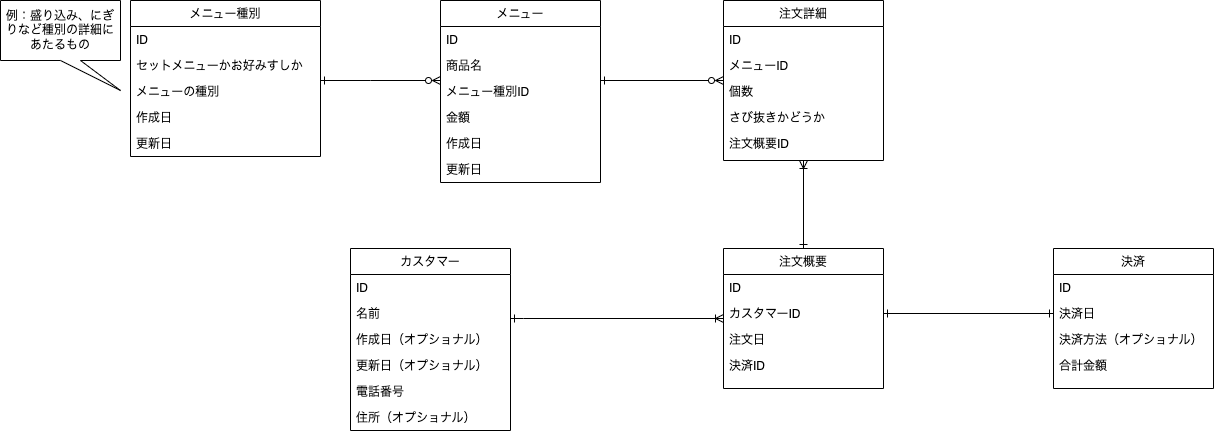
Before: db/db-modeling-1/DB1-update Diagram.drawio.png, a diagram exported from draw.io (yuikoito/PrAhaChallenge). Source tidied: cells renumbered, new cells last; positions are measured from the earlier drawing's top-left corner, leaving out a move shared by most shapes.
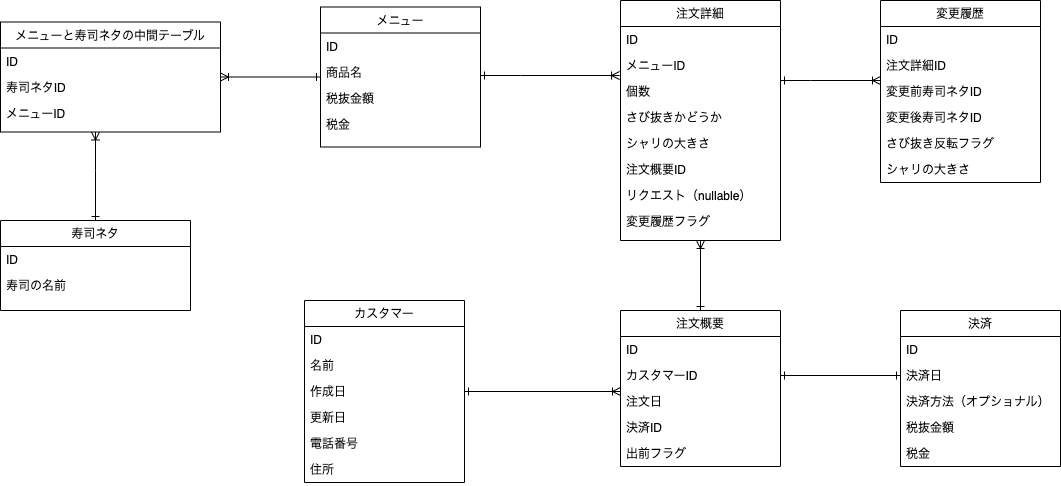
The same diagram one commit later.

Diff of the diagram source:
```diff
@@ -2,8 +2,16 @@
   <root>
     <mxCell id="0" />
     <mxCell id="1" parent="0" />
+    <mxCell id="44" style="edgeStyle=orthogonalEdgeStyle;rounded=0;jettySize=auto;html=1;entryX=-0.006;entryY=0.885;entryDx=0;entryDy=0;entryPerimeter=0;startArrow=ERone;startFill=0;endArrow=ERoneToMany;endFill=0;" parent="1" edge="1" source="2" target="21">
+      <mxGeometry relative="1" as="geometry">
+        <Array as="points">
+          <mxPoint x="640" y="75" />
+          <mxPoint x="640" y="75" />
+        </Array>
+      </mxGeometry>
+    </mxCell>
     <mxCell id="2" value="メニュー" style="swimlane;fontStyle=0;align=center;verticalAlign=top;horizontal=1;startSize=26;rounded=0;shadow=0;strokeWidth=1;" parent="1" vertex="1">
-      <mxGeometry x="440" width="160" height="182" as="geometry" />
+      <mxGeometry x="440" y="6.5" width="160" height="140" as="geometry" />
     </mxCell>
     <mxCell id="3" value="ID" style="text;align=left;verticalAlign=top;spacingLeft=4;spacingRight=4;overflow=hidden;" parent="2" vertex="1">
       <mxGeometry y="26" width="160" height="26" as="geometry" />
@@ -11,18 +19,12 @@
     <mxCell id="4" value="商品名" style="text;align=left;verticalAlign=top;spacingLeft=4;spacingRight=4;overflow=hidden;rounded=0;shadow=0;html=0;" parent="2" vertex="1">
       <mxGeometry y="52" width="160" height="26" as="geometry" />
     </mxCell>
-    <mxCell id="5" value="メニュー種別ID" style="text;align=left;verticalAlign=top;spacingLeft=4;spacingRight=4;overflow=hidden;points=[[0,0.5],[1,0.5]];portConstraint=eastwest;rounded=0;shadow=0;html=0;" parent="2" vertex="1">
-      <mxGeometry y="78" width="160" height="26" as="geometry" />
-    </mxCell>
-    <mxCell id="6" value="金額" style="text;align=left;verticalAlign=top;spacingLeft=4;spacingRight=4;overflow=hidden;rounded=0;shadow=0;html=0;" parent="2" vertex="1">
-      <mxGeometry y="104" width="160" height="26" as="geometry" />
+    <mxCell id="6" value="税抜金額" style="text;align=left;verticalAlign=top;spacingLeft=4;spacingRight=4;overflow=hidden;rounded=0;shadow=0;html=0;" parent="2" vertex="1">
+      <mxGeometry y="78" width="160" height="26" as="geometry" />
     </mxCell>
-    <mxCell id="7" value="作成日" style="text;align=left;verticalAlign=top;spacingLeft=4;spacingRight=4;overflow=hidden;rounded=0;shadow=0;html=0;" parent="2" vertex="1">
-      <mxGeometry y="130" width="160" height="26" as="geometry" />
-    </mxCell>
-    <mxCell id="8" value="更新日" style="text;align=left;verticalAlign=top;spacingLeft=4;spacingRight=4;overflow=hidden;rounded=0;shadow=0;html=0;" parent="2" vertex="1">
-      <mxGeometry y="156" width="160" height="26" as="geometry" />
-    </mxCell>
+    <mxCell id="45" value="税金" style="text;align=left;verticalAlign=top;spacingLeft=4;spacingRight=4;overflow=hidden;rounded=0;shadow=0;html=0;" parent="2" vertex="1">
+      <mxGeometry y="104" width="160" height="26" as="geometry" />
+    </mxCell>
     <mxCell id="9" style="edgeStyle=orthogonalEdgeStyle;rounded=0;jettySize=auto;html=1;startArrow=ERone;startFill=0;endArrow=ERoneToMany;endFill=0;" parent="1" edge="1" source="10" target="30">
       <mxGeometry relative="1" as="geometry">
         <Array as="points">
@@ -32,7 +34,7 @@
       </mxGeometry>
     </mxCell>
     <mxCell id="10" value="カスタマー" style="swimlane;fontStyle=0;align=center;verticalAlign=top;horizontal=1;startSize=26;rounded=0;shadow=0;strokeWidth=1;" parent="1" vertex="1">
-      <mxGeometry x="350" y="248" width="160" height="182" as="geometry" />
+      <mxGeometry x="424" y="300" width="160" height="182" as="geometry" />
     </mxCell>
     <mxCell id="11" value="ID" style="text;align=left;verticalAlign=top;spacingLeft=4;spacingRight=4;overflow=hidden;" parent="10" vertex="1">
       <mxGeometry y="26" width="160" height="26" as="geometry" />
@@ -40,26 +42,23 @@
     <mxCell id="12" value="名前" style="text;align=left;verticalAlign=top;spacingLeft=4;spacingRight=4;overflow=hidden;rounded=0;shadow=0;html=0;" parent="10" vertex="1">
       <mxGeometry y="52" width="160" height="26" as="geometry" />
     </mxCell>
-    <mxCell id="13" value="作成日（オプショナル）&#10;" style="text;align=left;verticalAlign=top;spacingLeft=4;spacingRight=4;overflow=hidden;" parent="10" vertex="1">
+    <mxCell id="13" value="作成日" style="text;align=left;verticalAlign=top;spacingLeft=4;spacingRight=4;overflow=hidden;" parent="10" vertex="1">
       <mxGeometry y="78" width="160" height="26" as="geometry" />
     </mxCell>
-    <mxCell id="14" value="更新日（オプショナル）&#10;" style="text;align=left;verticalAlign=top;spacingLeft=4;spacingRight=4;overflow=hidden;" parent="10" vertex="1">
+    <mxCell id="14" value="更新日" style="text;align=left;verticalAlign=top;spacingLeft=4;spacingRight=4;overflow=hidden;" parent="10" vertex="1">
       <mxGeometry y="104" width="160" height="26" as="geometry" />
     </mxCell>
     <mxCell id="15" value="電話番号" style="text;align=left;verticalAlign=top;spacingLeft=4;spacingRight=4;overflow=hidden;" parent="10" vertex="1">
       <mxGeometry y="130" width="160" height="26" as="geometry" />
     </mxCell>
-    <mxCell id="16" value="住所（オプショナル）" style="text;align=left;verticalAlign=top;spacingLeft=4;spacingRight=4;overflow=hidden;" parent="10" vertex="1">
+    <mxCell id="16" value="住所" style="text;align=left;verticalAlign=top;spacingLeft=4;spacingRight=4;overflow=hidden;" parent="10" vertex="1">
       <mxGeometry y="156" width="160" height="26" as="geometry" />
     </mxCell>
-    <mxCell id="17" style="edgeStyle=orthogonalEdgeStyle;rounded=0;jettySize=auto;html=1;entryX=1;entryY=0.077;entryDx=0;entryDy=0;endArrow=ERone;endFill=0;startArrow=ERzeroToMany;startFill=0;entryPerimeter=0;" parent="1" edge="1" source="19" target="5">
-      <mxGeometry relative="1" as="geometry" />
-    </mxCell>
     <mxCell id="18" style="edgeStyle=orthogonalEdgeStyle;rounded=0;jettySize=auto;html=1;exitX=0.5;exitY=1;exitDx=0;exitDy=0;entryX=0.5;entryY=0;entryDx=0;entryDy=0;startArrow=ERoneToMany;startFill=0;endArrow=ERone;endFill=0;" parent="1" edge="1" source="19" target="30">
       <mxGeometry relative="1" as="geometry" />
     </mxCell>
     <mxCell id="19" value="注文詳細" style="swimlane;fontStyle=0;align=center;verticalAlign=top;horizontal=1;startSize=26;rounded=0;shadow=0;strokeWidth=1;" parent="1" vertex="1">
-      <mxGeometry x="723" width="160" height="160" as="geometry" />
+      <mxGeometry x="740" width="160" height="240" as="geometry" />
     </mxCell>
     <mxCell id="20" value="ID" style="text;align=left;verticalAlign=top;spacingLeft=4;spacingRight=4;overflow=hidden;" parent="19" vertex="1">
       <mxGeometry y="26" width="160" height="26" as="geometry" />
@@ -70,14 +69,23 @@
     <mxCell id="22" value="個数" style="text;align=left;verticalAlign=top;spacingLeft=4;spacingRight=4;overflow=hidden;rounded=0;shadow=0;html=0;" parent="19" vertex="1">
       <mxGeometry y="78" width="160" height="26" as="geometry" />
     </mxCell>
+    <mxCell id="46" value="さび抜きかどうか" style="text;align=left;verticalAlign=top;spacingLeft=4;spacingRight=4;overflow=hidden;rounded=0;shadow=0;html=0;" parent="19" vertex="1">
+      <mxGeometry y="104" width="160" height="26" as="geometry" />
+    </mxCell>
-    <mxCell id="23" value="さび抜きかどうか" style="text;align=left;verticalAlign=top;spacingLeft=4;spacingRight=4;overflow=hidden;rounded=0;shadow=0;html=0;" parent="19" vertex="1">
-      <mxGeometry y="104" width="160" height="26" as="geometry" />
+    <mxCell id="23" value="シャリの大きさ" style="text;align=left;verticalAlign=top;spacingLeft=4;spacingRight=4;overflow=hidden;rounded=0;shadow=0;html=0;" parent="19" vertex="1">
+      <mxGeometry y="130" width="160" height="26" as="geometry" />
     </mxCell>
     <mxCell id="24" value="注文概要ID" style="text;align=left;verticalAlign=top;spacingLeft=4;spacingRight=4;overflow=hidden;" parent="19" vertex="1">
-      <mxGeometry y="130" width="160" height="26" as="geometry" />
+      <mxGeometry y="156" width="160" height="26" as="geometry" />
     </mxCell>
+    <mxCell id="47" value="リクエスト（nullable）" style="text;align=left;verticalAlign=top;spacingLeft=4;spacingRight=4;overflow=hidden;" parent="19" vertex="1">
+      <mxGeometry y="182" width="160" height="26" as="geometry" />
+    </mxCell>
+    <mxCell id="48" value="変更履歴フラグ" style="text;align=left;verticalAlign=top;spacingLeft=4;spacingRight=4;overflow=hidden;" parent="19" vertex="1">
+      <mxGeometry y="208" width="160" height="26" as="geometry" />
+    </mxCell>
     <mxCell id="25" value="決済" style="swimlane;fontStyle=0;align=center;verticalAlign=top;horizontal=1;startSize=26;rounded=0;shadow=0;strokeWidth=1;" parent="1" vertex="1">
-      <mxGeometry x="1053" y="248" width="160" height="140" as="geometry" />
+      <mxGeometry x="1020" y="310" width="160" height="156" as="geometry" />
     </mxCell>
     <mxCell id="26" value="ID" style="text;align=left;verticalAlign=top;spacingLeft=4;spacingRight=4;overflow=hidden;" parent="25" vertex="1">
       <mxGeometry y="26" width="160" height="26" as="geometry" />
@@ -88,11 +96,14 @@
     <mxCell id="28" value="決済方法（オプショナル）" style="text;align=left;verticalAlign=top;spacingLeft=4;spacingRight=4;overflow=hidden;rounded=0;shadow=0;html=0;" parent="25" vertex="1">
       <mxGeometry y="78" width="160" height="26" as="geometry" />
     </mxCell>
-    <mxCell id="29" value="合計金額" style="text;align=left;verticalAlign=top;spacingLeft=4;spacingRight=4;overflow=hidden;rounded=0;shadow=0;html=0;" parent="25" vertex="1">
+    <mxCell id="29" value="税抜金額" style="text;align=left;verticalAlign=top;spacingLeft=4;spacingRight=4;overflow=hidden;rounded=0;shadow=0;html=0;" parent="25" vertex="1">
       <mxGeometry y="104" width="160" height="26" as="geometry" />
     </mxCell>
+    <mxCell id="49" value="税金" style="text;align=left;verticalAlign=top;spacingLeft=4;spacingRight=4;overflow=hidden;rounded=0;shadow=0;html=0;" parent="25" vertex="1">
+      <mxGeometry y="130" width="160" height="26" as="geometry" />
+    </mxCell>
     <mxCell id="30" value="注文概要" style="swimlane;fontStyle=0;align=center;verticalAlign=top;horizontal=1;startSize=26;rounded=0;shadow=0;strokeWidth=1;" parent="1" vertex="1">
-      <mxGeometry x="723" y="248" width="160" height="140" as="geometry" />
+      <mxGeometry x="740" y="310" width="160" height="156" as="geometry" />
     </mxCell>
     <mxCell id="31" value="ID" style="text;align=left;verticalAlign=top;spacingLeft=4;spacingRight=4;overflow=hidden;" parent="30" vertex="1">
       <mxGeometry y="26" width="160" height="26" as="geometry" />
@@ -106,37 +117,74 @@
     <mxCell id="34" value="決済ID" style="text;align=left;verticalAlign=top;spacingLeft=4;spacingRight=4;overflow=hidden;" parent="30" vertex="1">
       <mxGeometry y="104" width="160" height="26" as="geometry" />
     </mxCell>
+    <mxCell id="50" value="出前フラグ" style="text;align=left;verticalAlign=top;spacingLeft=4;spacingRight=4;overflow=hidden;" parent="30" vertex="1">
+      <mxGeometry y="130" width="160" height="26" as="geometry" />
+    </mxCell>
     <mxCell id="35" style="edgeStyle=orthogonalEdgeStyle;rounded=0;jettySize=auto;html=1;exitX=1;exitY=0.5;exitDx=0;exitDy=0;startArrow=ERone;startFill=0;endArrow=ERone;endFill=0;" parent="1" edge="1" source="32" target="27">
       <mxGeometry relative="1" as="geometry" />
     </mxCell>
-    <mxCell id="36" style="edgeStyle=orthogonalEdgeStyle;rounded=0;jettySize=auto;html=1;startArrow=ERone;startFill=0;endArrow=ERzeroToMany;endFill=0;" parent="1" edge="1" source="37" target="2">
-      <mxGeometry relative="1" as="geometry">
-        <Array as="points">
-          <mxPoint x="370" y="80" />
-          <mxPoint x="370" y="80" />
-        </Array>
-      </mxGeometry>
-    </mxCell>
-    <mxCell id="37" value="メニュー種別" style="swimlane;fontStyle=0;align=center;verticalAlign=top;horizontal=1;startSize=26;rounded=0;shadow=0;strokeWidth=1;" parent="1" vertex="1">
-      <mxGeometry x="130" width="190" height="156" as="geometry" />
-    </mxCell>
+    <mxCell id="51" value="寿司ネタ" style="swimlane;fontStyle=0;align=center;verticalAlign=top;horizontal=1;startSize=26;rounded=0;shadow=0;strokeWidth=1;" parent="1" vertex="1">
+      <mxGeometry x="120" y="220" width="190" height="90" as="geometry" />
+    </mxCell>
-    <mxCell id="38" value="ID" style="text;align=left;verticalAlign=top;spacingLeft=4;spacingRight=4;overflow=hidden;" parent="37" vertex="1">
+    <mxCell id="38" value="ID" style="text;align=left;verticalAlign=top;spacingLeft=4;spacingRight=4;overflow=hidden;" parent="51" vertex="1">
       <mxGeometry y="26" width="190" height="26" as="geometry" />
     </mxCell>
-    <mxCell id="39" value="セットメニューかお好みすしか" style="text;align=left;verticalAlign=top;spacingLeft=4;spacingRight=4;overflow=hidden;" parent="37" vertex="1">
-      <mxGeometry y="52" width="190" height="26" as="geometry" />
-    </mxCell>
-    <mxCell id="40" value="メニューの種別" style="text;align=left;verticalAlign=top;spacingLeft=4;spacingRight=4;overflow=hidden;rounded=0;shadow=0;html=0;" parent="37" vertex="1">
-      <mxGeometry y="78" width="190" height="26" as="geometry" />
-    </mxCell>
-    <mxCell id="41" value="作成日" style="text;align=left;verticalAlign=top;spacingLeft=4;spacingRight=4;overflow=hidden;rounded=0;shadow=0;html=0;" parent="37" vertex="1">
-      <mxGeometry y="104" width="190" height="26" as="geometry" />
-    </mxCell>
-    <mxCell id="42" value="更新日" style="text;align=left;verticalAlign=top;spacingLeft=4;spacingRight=4;overflow=hidden;rounded=0;shadow=0;html=0;" parent="37" vertex="1">
-      <mxGeometry y="130" width="190" height="26" as="geometry" />
-    </mxCell>
-    <mxCell id="43" value="例：盛り込み、にぎりなど種別の詳細にあたるもの" style="shape=callout;whiteSpace=wrap;html=1;perimeter=calloutPerimeter;position2=1;" parent="1" vertex="1">
-      <mxGeometry width="120" height="90" as="geometry" />
-    </mxCell>
+    <mxCell id="52" value="寿司の名前" style="text;align=left;verticalAlign=top;spacingLeft=4;spacingRight=4;overflow=hidden;" parent="51" vertex="1">
+      <mxGeometry y="52" width="190" height="28" as="geometry" />
+    </mxCell>
+    <mxCell id="53" style="edgeStyle=orthogonalEdgeStyle;rounded=0;jettySize=auto;html=1;entryX=0;entryY=-0.058;entryDx=0;entryDy=0;entryPerimeter=0;startArrow=ERoneToMany;startFill=0;endArrow=ERone;endFill=0;" parent="1" edge="1" source="55">
+      <mxGeometry relative="1" as="geometry">
+        <mxPoint x="440" y="76.5" as="targetPoint" />
+      </mxGeometry>
+    </mxCell>
+    <mxCell id="54" style="edgeStyle=orthogonalEdgeStyle;rounded=0;jettySize=auto;html=1;startArrow=ERoneToMany;startFill=0;endArrow=ERone;endFill=0;" parent="1" edge="1" source="55" target="51">
+      <mxGeometry relative="1" as="geometry">
+        <Array as="points">
+          <mxPoint x="215" y="170" />
+          <mxPoint x="215" y="170" />
+        </Array>
+      </mxGeometry>
+    </mxCell>
+    <mxCell id="55" value="メニューと寿司ネタの中間テーブル" style="swimlane;fontStyle=0;align=center;verticalAlign=top;horizontal=1;startSize=26;rounded=0;shadow=0;strokeWidth=1;" parent="1" vertex="1">
+      <mxGeometry x="120" y="21.5" width="220" height="110" as="geometry" />
+    </mxCell>
+    <mxCell id="56" value="ID" style="text;align=left;verticalAlign=top;spacingLeft=4;spacingRight=4;overflow=hidden;" parent="55" vertex="1">
+      <mxGeometry y="26" width="220" height="26" as="geometry" />
+    </mxCell>
+    <mxCell id="57" value="寿司ネタID" style="text;align=left;verticalAlign=top;spacingLeft=4;spacingRight=4;overflow=hidden;" parent="55" vertex="1">
+      <mxGeometry y="52" width="220" height="26" as="geometry" />
+    </mxCell>
+    <mxCell id="58" value="メニューID" style="text;align=left;verticalAlign=top;spacingLeft=4;spacingRight=4;overflow=hidden;" parent="55" vertex="1">
+      <mxGeometry y="78" width="220" height="26" as="geometry" />
+    </mxCell>
+    <mxCell id="59" style="edgeStyle=orthogonalEdgeStyle;rounded=0;jettySize=auto;html=1;startArrow=ERoneToMany;startFill=0;endArrow=ERone;endFill=0;" parent="1" edge="1" source="60" target="19">
+      <mxGeometry relative="1" as="geometry">
+        <Array as="points">
+          <mxPoint x="930" y="80" />
+          <mxPoint x="930" y="80" />
+        </Array>
+      </mxGeometry>
+    </mxCell>
+    <mxCell id="60" value="変更履歴" style="swimlane;fontStyle=0;align=center;verticalAlign=top;horizontal=1;startSize=26;rounded=0;shadow=0;strokeWidth=1;" parent="1" vertex="1">
+      <mxGeometry x="1000" width="160" height="182" as="geometry" />
+    </mxCell>
+    <mxCell id="61" value="ID" style="text;align=left;verticalAlign=top;spacingLeft=4;spacingRight=4;overflow=hidden;" parent="60" vertex="1">
+      <mxGeometry y="26" width="160" height="26" as="geometry" />
+    </mxCell>
+    <mxCell id="62" value="注文詳細ID" style="text;align=left;verticalAlign=top;spacingLeft=4;spacingRight=4;overflow=hidden;rounded=0;shadow=0;html=0;" parent="60" vertex="1">
+      <mxGeometry y="52" width="160" height="26" as="geometry" />
+    </mxCell>
+    <mxCell id="63" value="変更前寿司ネタID" style="text;align=left;verticalAlign=top;spacingLeft=4;spacingRight=4;overflow=hidden;rounded=0;shadow=0;html=0;" parent="60" vertex="1">
+      <mxGeometry y="78" width="160" height="26" as="geometry" />
+    </mxCell>
+    <mxCell id="64" value="変更後寿司ネタID" style="text;align=left;verticalAlign=top;spacingLeft=4;spacingRight=4;overflow=hidden;rounded=0;shadow=0;html=0;" parent="60" vertex="1">
+      <mxGeometry y="104" width="160" height="26" as="geometry" />
+    </mxCell>
+    <mxCell id="65" value="さび抜き反転フラグ" style="text;align=left;verticalAlign=top;spacingLeft=4;spacingRight=4;overflow=hidden;" parent="60" vertex="1">
+      <mxGeometry y="130" width="160" height="26" as="geometry" />
+    </mxCell>
+    <mxCell id="66" value="シャリの大きさ" style="text;align=left;verticalAlign=top;spacingLeft=4;spacingRight=4;overflow=hidden;" parent="60" vertex="1">
+      <mxGeometry y="156" width="160" height="26" as="geometry" />
+    </mxCell>
   </root>
 </mxGraphModel>
```
